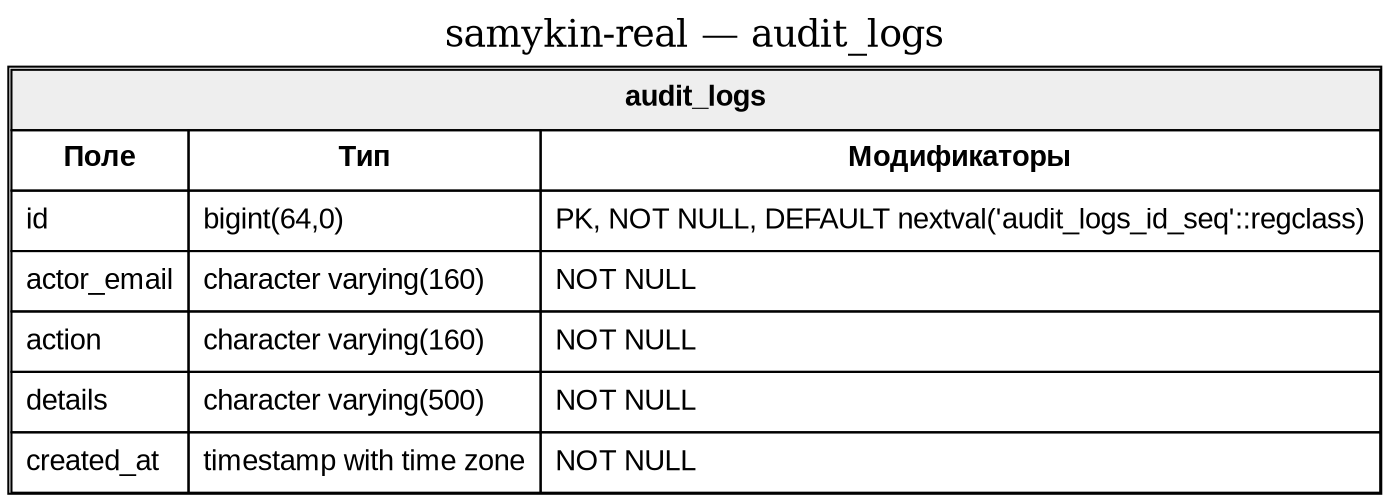
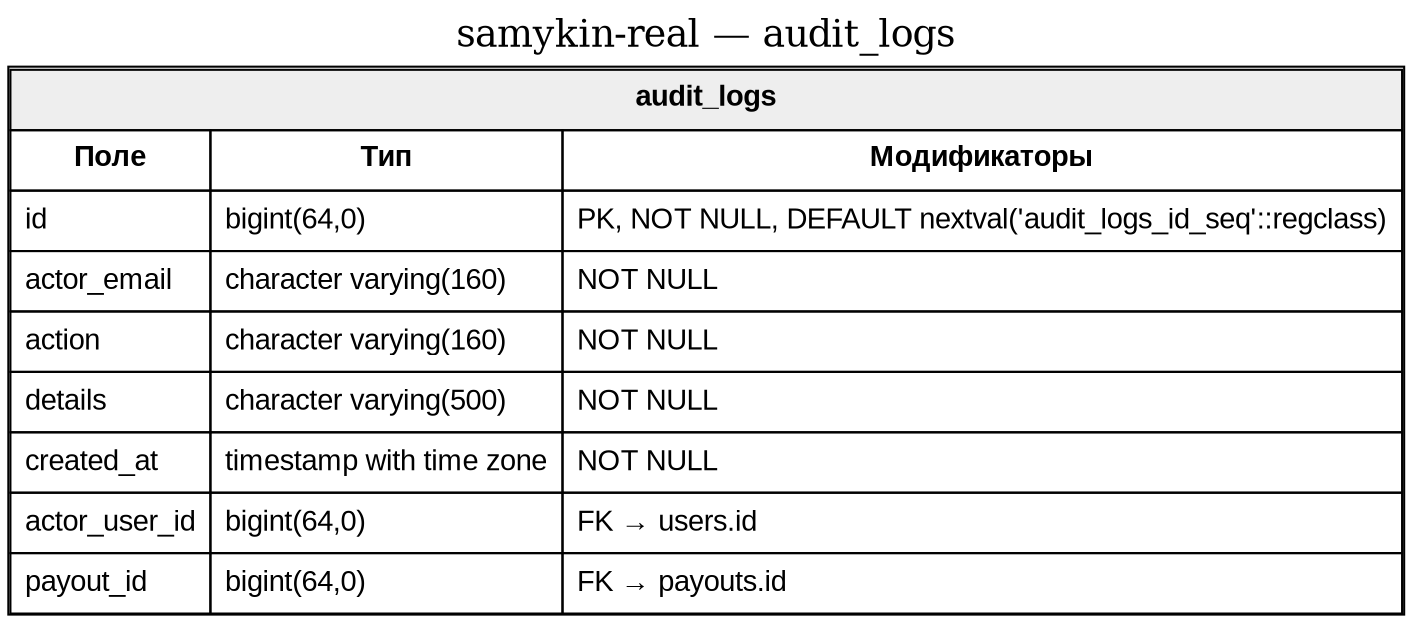
digraph single_table {
  graph [rankdir=TB, fontsize=18];
  node [shape=plain, fontname="Arial"];
  label="samykin-real — audit_logs";
  labelloc=t;
-   "audit_logs" [label=<<TABLE BORDER="1" CELLBORDER="1" CELLSPACING="0" CELLPADDING="6"><TR><TD BGCOLOR="#eeeeee" COLSPAN="3"><B>audit_logs</B></TD></TR><TR><TD><B>Поле</B></TD><TD><B>Тип</B></TD><TD><B>Модификаторы</B></TD></TR><TR><TD ALIGN="LEFT">id</TD><TD ALIGN="LEFT">bigint(64,0)</TD><TD ALIGN="LEFT">PK, NOT NULL, DEFAULT nextval(&#x27;audit_logs_id_seq&#x27;::regclass)</TD></TR><TR><TD ALIGN="LEFT">actor_email</TD><TD ALIGN="LEFT">character varying(160)</TD><TD ALIGN="LEFT">NOT NULL</TD></TR><TR><TD ALIGN="LEFT">action</TD><TD ALIGN="LEFT">character varying(160)</TD><TD ALIGN="LEFT">NOT NULL</TD></TR><TR><TD ALIGN="LEFT">details</TD><TD ALIGN="LEFT">character varying(500)</TD><TD ALIGN="LEFT">NOT NULL</TD></TR><TR><TD ALIGN="LEFT">created_at</TD><TD ALIGN="LEFT">timestamp with time zone</TD><TD ALIGN="LEFT">NOT NULL</TD></TR></TABLE>>];
+   "audit_logs" [label=<<TABLE BORDER="1" CELLBORDER="1" CELLSPACING="0" CELLPADDING="6"><TR><TD BGCOLOR="#eeeeee" COLSPAN="3"><B>audit_logs</B></TD></TR><TR><TD><B>Поле</B></TD><TD><B>Тип</B></TD><TD><B>Модификаторы</B></TD></TR><TR><TD ALIGN="LEFT">id</TD><TD ALIGN="LEFT">bigint(64,0)</TD><TD ALIGN="LEFT">PK, NOT NULL, DEFAULT nextval(&#x27;audit_logs_id_seq&#x27;::regclass)</TD></TR><TR><TD ALIGN="LEFT">actor_email</TD><TD ALIGN="LEFT">character varying(160)</TD><TD ALIGN="LEFT">NOT NULL</TD></TR><TR><TD ALIGN="LEFT">action</TD><TD ALIGN="LEFT">character varying(160)</TD><TD ALIGN="LEFT">NOT NULL</TD></TR><TR><TD ALIGN="LEFT">details</TD><TD ALIGN="LEFT">character varying(500)</TD><TD ALIGN="LEFT">NOT NULL</TD></TR><TR><TD ALIGN="LEFT">created_at</TD><TD ALIGN="LEFT">timestamp with time zone</TD><TD ALIGN="LEFT">NOT NULL</TD></TR><TR><TD ALIGN="LEFT">actor_user_id</TD><TD ALIGN="LEFT">bigint(64,0)</TD><TD ALIGN="LEFT">FK → users.id</TD></TR><TR><TD ALIGN="LEFT">payout_id</TD><TD ALIGN="LEFT">bigint(64,0)</TD><TD ALIGN="LEFT">FK → payouts.id</TD></TR></TABLE>>];
}